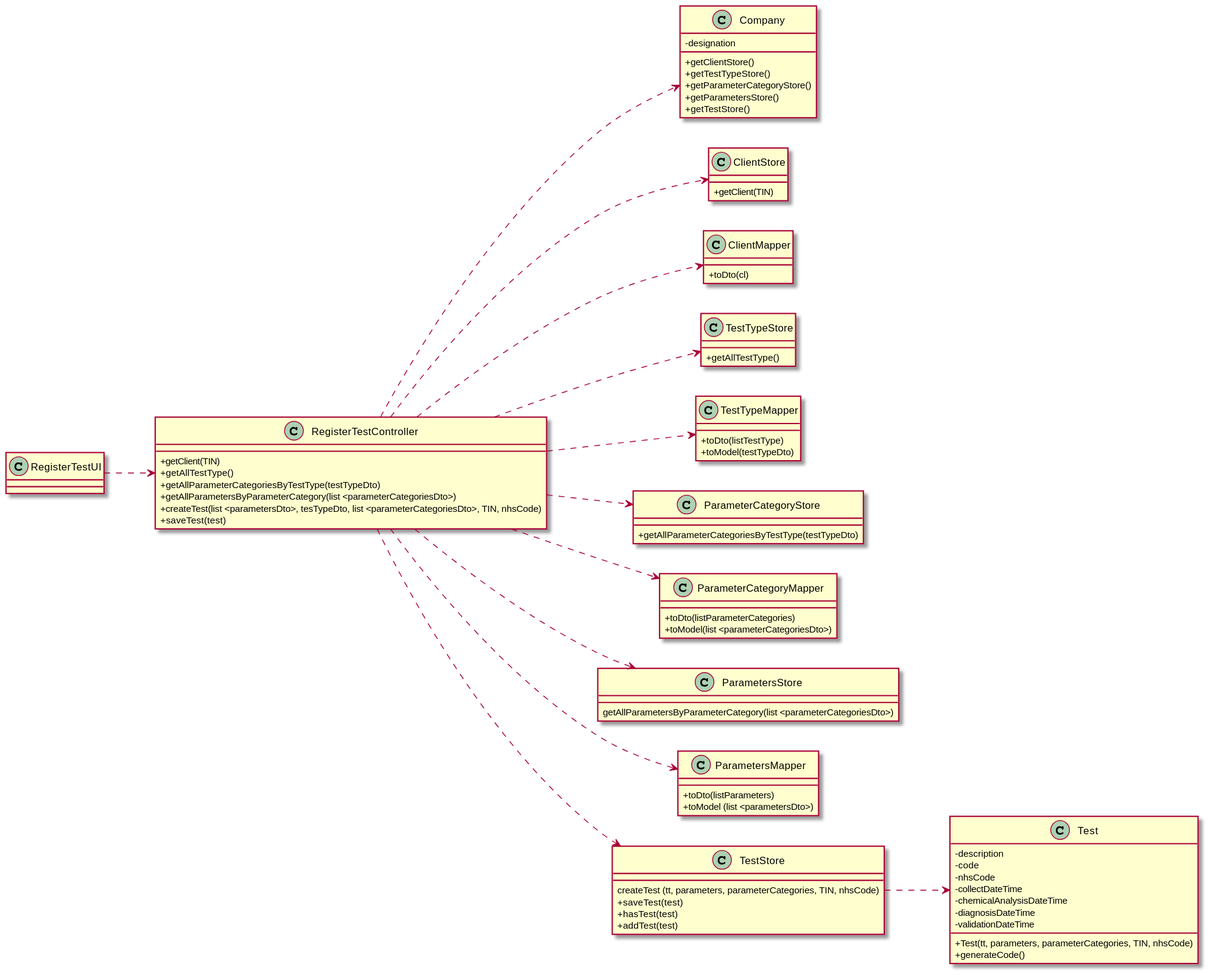
Earlier version of the PlantUML export docs/SprintC/US04/US04-CD.svg (0franciscor/lei-21-s2-1de-g19).
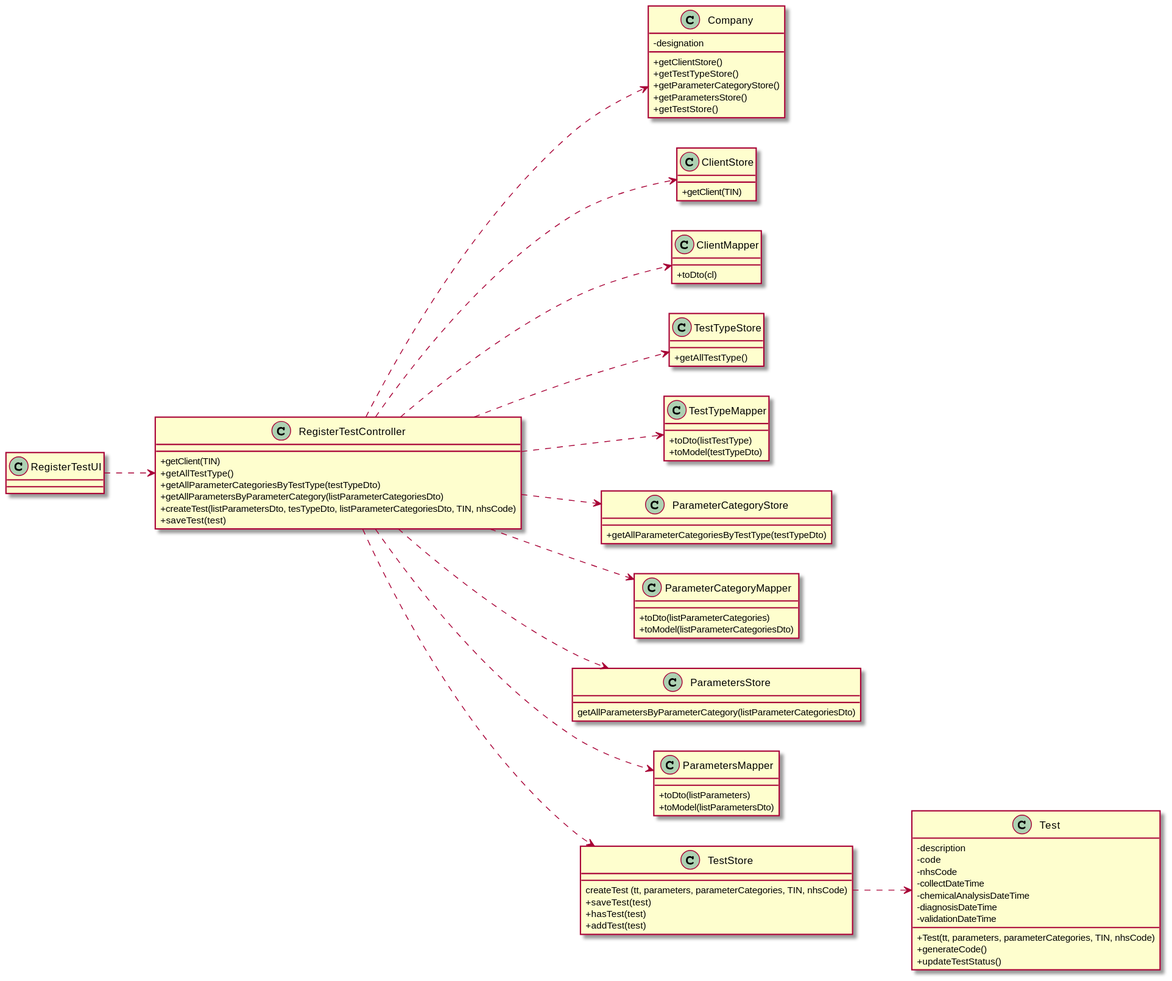
After the commit.

Change to the diagram source:
```diff
@@ -9,8 +9,8 @@
 +getClient(TIN)
 +getAllTestType()
 +getAllParameterCategoriesByTestType(testTypeDto)
-+getAllParametersByParameterCategory(list <parameterCategoriesDto>)
-+createTest(list <parametersDto>, tesTypeDto, list <parameterCategoriesDto>, TIN, nhsCode)
++getAllParametersByParameterCategory(listParameterCategoriesDto)
++createTest(listParametersDto, tesTypeDto, listParameterCategoriesDto, TIN, nhsCode)
 +saveTest(test)
 }
 
@@ -46,16 +46,16 @@
 
 class "ParameterCategoryMapper" as PCM {
 +toDto(listParameterCategories)
-+toModel(list <parameterCategoriesDto>)
++toModel(listParameterCategoriesDto)
 }
 
 class "ParametersStore" as PS {
-getAllParametersByParameterCategory(list <parameterCategoriesDto>)
+getAllParametersByParameterCategory(listParameterCategoriesDto)
 }
 
 class "ParametersMapper" as PM {
 +toDto(listParameters)
-+toModel (list <parametersDto>)
++toModel(listParametersDto)
 }
 
 class "TestStore" as TS {
@@ -75,6 +75,7 @@
 -validationDateTime
 +Test(tt, parameters, parameterCategories, TIN, nhsCode)
 +generateCode()
++updateTestStatus()
 }
 
 RTUI ..> RTC
```
